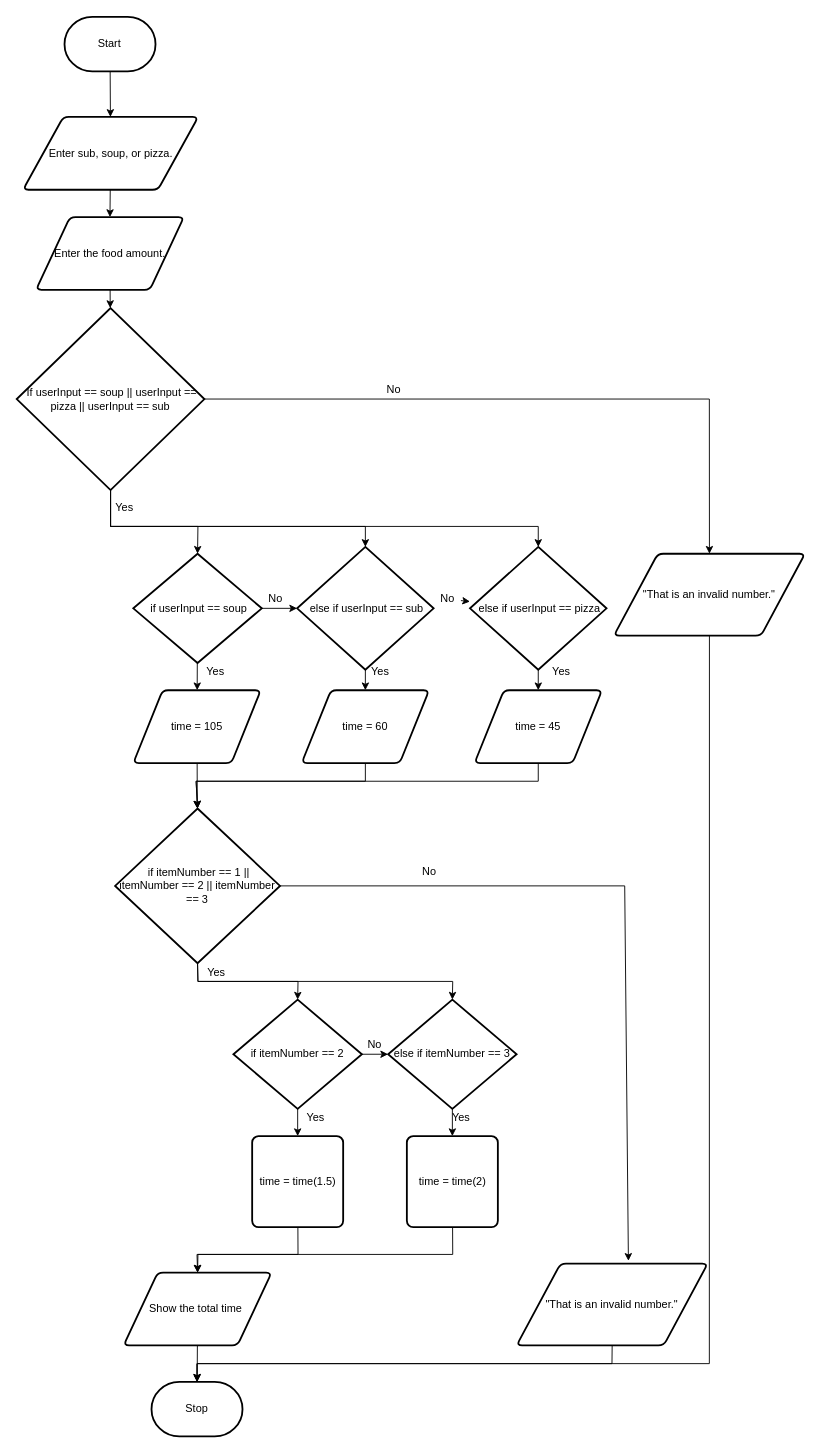
The draw.io diagram flowchart.drawio in Rodas-Nega1/ics4u-unit-1-03-typescript, before the edit. Source tidied: cells renumbered, new cells numbered last; positions are measured from the earlier drawing's top-left corner, leaving out a move shared by most shapes. Both pictures are drawn from the tidied source at 91%, with x=0, y=0 at pixel (16, 16).
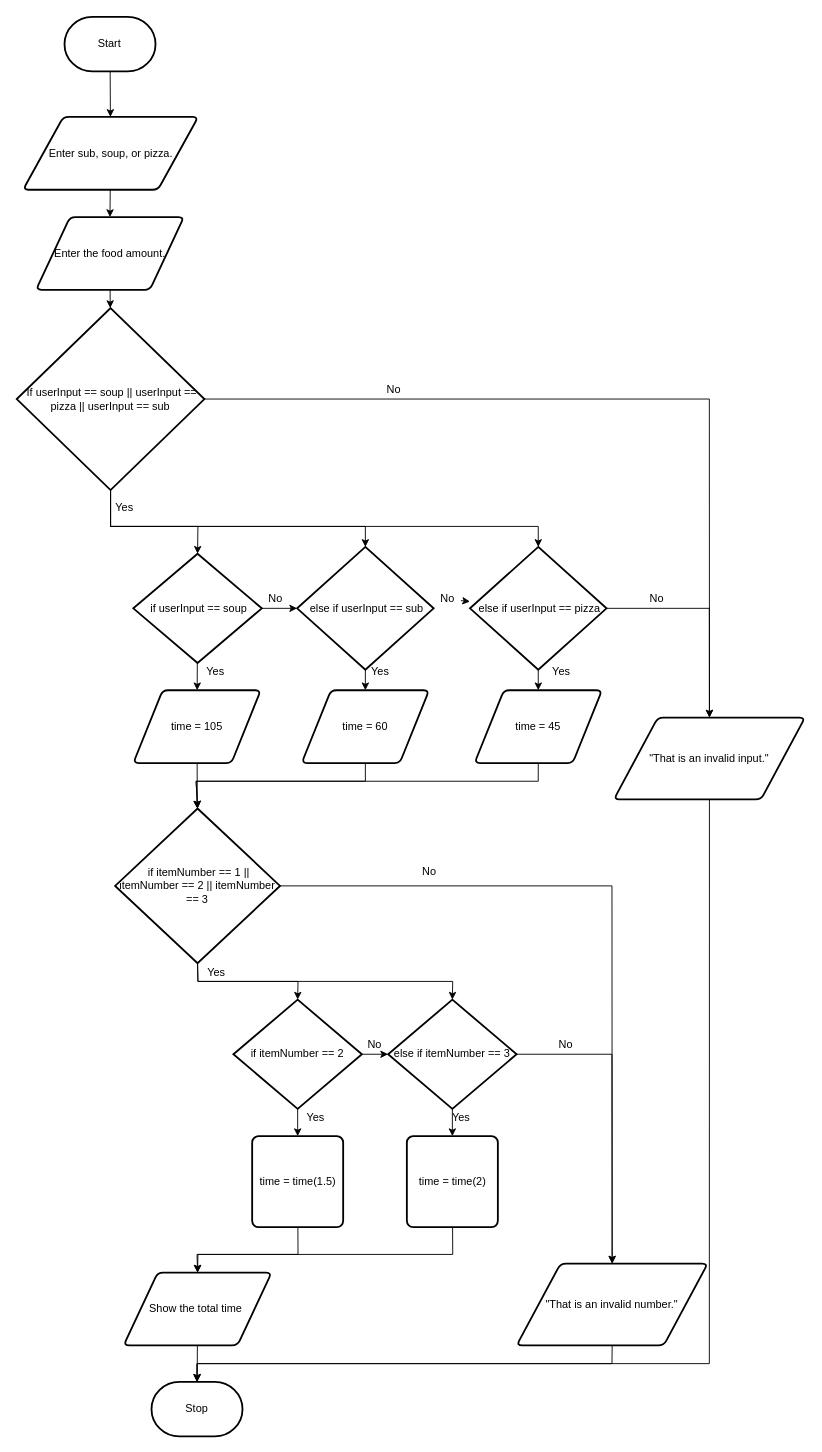
The same diagram, later.

The change refers to these unchanged cells:
```xml
<mxCell id="27" value="&lt;span id=&quot;docs-internal-guid-6195adaa-7fff-0db7-8f2a-d677f404ffa1&quot;&gt;&lt;span style=&quot;background-color: transparent ; vertical-align: baseline&quot;&gt;&amp;nbsp;else if userInput == pizza&lt;/span&gt;&lt;/span&gt;" style="strokeWidth=2;html=1;shape=mxgraph.flowchart.decision;whiteSpace=wrap;" parent="1" vertex="1">
  <mxGeometry x="498" y="582.5" width="150" height="135" as="geometry" />
</mxCell>
<mxCell id="35" value="&lt;span id=&quot;docs-internal-guid-6195adaa-7fff-0db7-8f2a-d677f404ffa1&quot;&gt;&lt;span style=&quot;background-color: transparent ; vertical-align: baseline&quot;&gt;&amp;nbsp;if i&lt;/span&gt;&lt;/span&gt;temNumber == 1 || itemNumber == 2 || itemNumber == 3" style="strokeWidth=2;html=1;shape=mxgraph.flowchart.decision;whiteSpace=wrap;" parent="1" vertex="1">
  <mxGeometry x="108" y="870" width="181.2" height="170" as="geometry" />
</mxCell>
<mxCell id="40" value="&lt;span id=&quot;docs-internal-guid-6195adaa-7fff-0db7-8f2a-d677f404ffa1&quot;&gt;&lt;span style=&quot;background-color: transparent ; vertical-align: baseline&quot;&gt;else if itemNumber == 3&lt;/span&gt;&lt;/span&gt;" style="strokeWidth=2;html=1;shape=mxgraph.flowchart.decision;whiteSpace=wrap;" parent="1" vertex="1">
  <mxGeometry x="408" y="1080" width="141.2" height="120" as="geometry" />
</mxCell>
<mxCell id="48" value="&quot;That is an invalid number.&quot;" style="shape=parallelogram;html=1;strokeWidth=2;perimeter=parallelogramPerimeter;whiteSpace=wrap;rounded=1;arcSize=12;size=0.23;" parent="1" vertex="1">
  <mxGeometry x="549.2" y="1370" width="210" height="90" as="geometry" />
</mxCell>
```

Change to the diagram source:
```diff
@@
+    <mxCell id="62" style="edgeStyle=none;rounded=0;html=1;entryX=0.5;entryY=0;entryDx=0;entryDy=0;exitX=1;exitY=0.5;exitDx=0;exitDy=0;exitPerimeter=0;" parent="1" edge="1" source="27" target="50">
+      <mxGeometry relative="1" as="geometry">
+        <Array as="points">
+          <mxPoint x="761" y="650" />
+        </Array>
+      </mxGeometry>
+    </mxCell>
@@
-    <mxCell id="34" style="edgeStyle=none;rounded=0;html=1;entryX=0.585;entryY=-0.033;entryDx=0;entryDy=0;entryPerimeter=0;" parent="1" edge="1" source="35" target="48">
+    <mxCell id="34" style="edgeStyle=none;rounded=0;html=1;entryX=0.5;entryY=0;entryDx=0;entryDy=0;" parent="1" edge="1" source="35" target="48">
       <mxGeometry relative="1" as="geometry">
         <Array as="points">
-          <mxPoint x="668" y="955" />
+          <mxPoint x="654" y="955" />
         </Array>
       </mxGeometry>
     </mxCell>
@@
+    <mxCell id="63" style="edgeStyle=none;html=1;entryX=0.5;entryY=0;entryDx=0;entryDy=0;exitX=1;exitY=0.5;exitDx=0;exitDy=0;exitPerimeter=0;rounded=0;" parent="1" edge="1" source="40" target="48">
+      <mxGeometry relative="1" as="geometry">
+        <Array as="points">
+          <mxPoint x="654" y="1140" />
+        </Array>
+      </mxGeometry>
+    </mxCell>
@@
-    <mxCell id="50" value="&quot;That is an invalid number.&quot;" style="shape=parallelogram;html=1;strokeWidth=2;perimeter=parallelogramPerimeter;whiteSpace=wrap;rounded=1;arcSize=12;size=0.23;" parent="1" vertex="1">
-      <mxGeometry x="656.1" y="590" width="210" height="90" as="geometry" />
+    <mxCell id="50" value="&quot;That is an invalid input.&quot;" style="shape=parallelogram;html=1;strokeWidth=2;perimeter=parallelogramPerimeter;whiteSpace=wrap;rounded=1;arcSize=12;size=0.23;" parent="1" vertex="1">
+      <mxGeometry x="656.1" y="770" width="210" height="90" as="geometry" />
     </mxCell>
@@
+    <mxCell id="64" value="No" style="text;html=1;align=center;verticalAlign=middle;fillColor=none;strokeColor=none;rounded=0;" parent="1" vertex="1">
+      <mxGeometry x="688" y="630" width="30" height="20" as="geometry" />
+    </mxCell>
+    <mxCell id="65" value="No" style="text;html=1;align=center;verticalAlign=middle;fillColor=none;strokeColor=none;rounded=0;" parent="1" vertex="1">
+      <mxGeometry x="588" y="1120" width="30" height="20" as="geometry" />
+    </mxCell>
```
